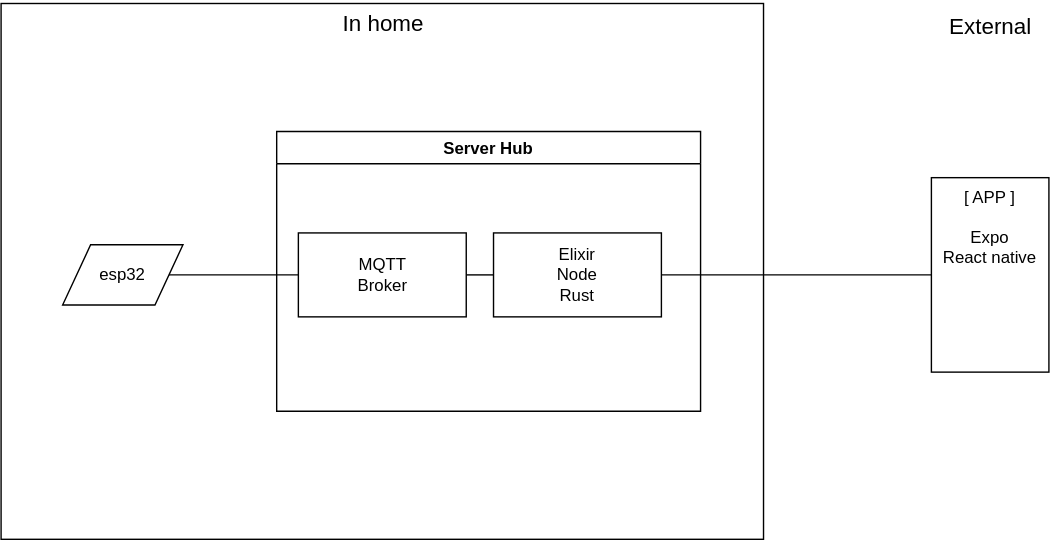
Before: Architecture/Allocation View/Allocation_DoorLock.drawio.svg, a diagram exported from draw.io (Cows-Inc-SA-Fall23/Semester_project_trustworthy). Source tidied: cells renumbered, new cells last; positions are measured from the earlier drawing's top-left corner, leaving out a move shared by most shapes.
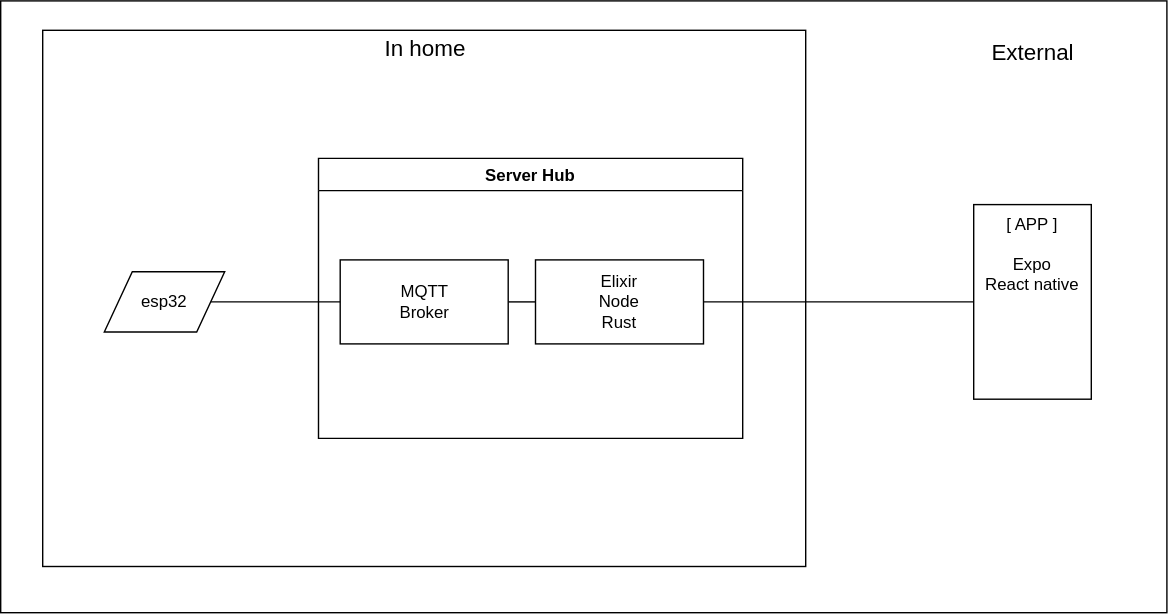
Later version of the same file.

Commit message:
Updated drawing with background

Change to the diagram source:
```diff
@@ -2,6 +2,9 @@
   <root>
     <mxCell id="0" />
     <mxCell id="1" parent="0" />
+    <mxCell id="13" style="rounded=0;whiteSpace=wrap;html=1;" parent="1" vertex="1">
+      <mxGeometry x="-30" y="-19" width="833" height="437" as="geometry" />
+    </mxCell>
     <mxCell id="2" style="rounded=0;whiteSpace=wrap;html=1;" parent="1" vertex="1">
       <mxGeometry y="2" width="545" height="383" as="geometry" />
     </mxCell>
```
